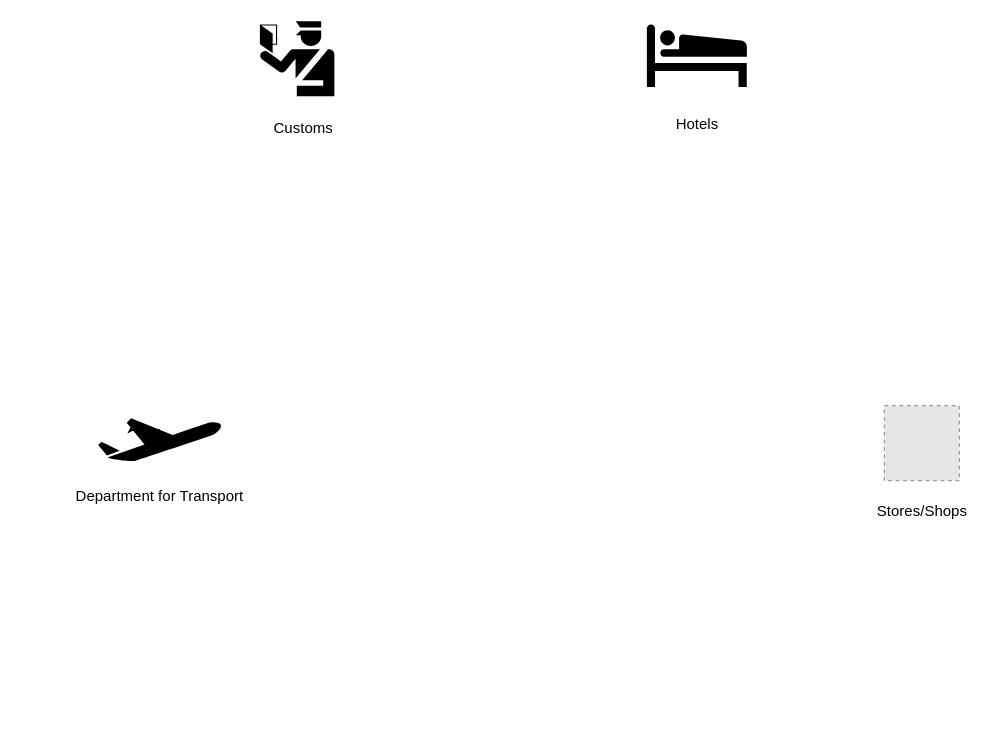
Earlier version of the draw.io diagram 毕设.drawio (sunmiao0301/Public-Pic-Bed). Source tidied: cells renumbered, new cells numbered last; positions are measured from the earlier drawing's top-left corner, leaving out a move shared by most shapes. Both pictures are drawn from the tidied source at 125%, with x=0, y=0 at pixel (59, 20). Pictures stored in the file or linked from it are replaced by grey dashed boxes.
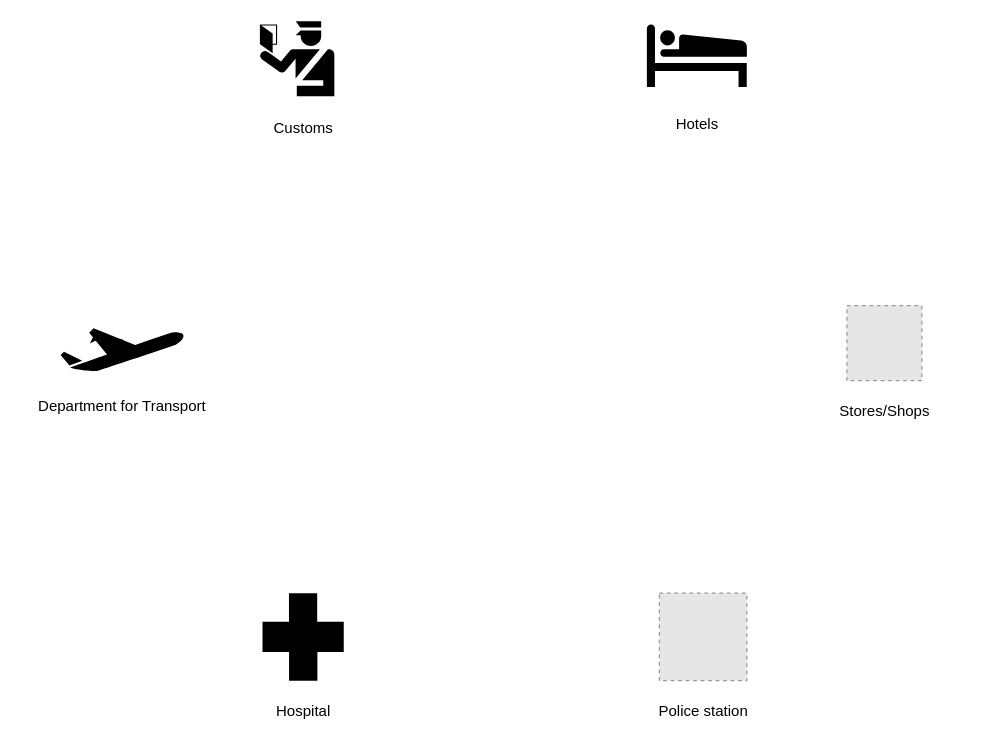
The same page after the edit.

Diff of the diagram source:
```diff
@@
-    <mxCell id="2" style="fillColor=#E6E6E6;strokeColor=#999999;dashed=1;html=1;verticalAlign=top;verticalLabelPosition=bottom;labelBackgroundColor=#ffffff;" parent="1" vertex="1">
-      <mxGeometry x="660" y="308" width="60" height="60" as="geometry" />
-    </mxCell>
@@
     <mxCell id="9" style="group;" parent="1" vertex="1">
-      <mxGeometry y="318" width="160" height="78" as="geometry" />
+      <mxGeometry x="-30" y="246" width="160" height="78" as="geometry" />
     </mxCell>
@@
+    <mxCell id="14" style="group;" parent="1" vertex="1">
+      <mxGeometry x="160" y="458" width="70" height="110" as="geometry" />
+    </mxCell>
+    <mxCell id="15" style="shape=mxgraph.signs.healthcare.first_aid;html=1;fillColor=#000000;strokeColor=none;verticalLabelPosition=bottom;verticalAlign=top;align=center;" parent="14" vertex="1">
+      <mxGeometry x="2.5" width="65" height="70" as="geometry" />
+    </mxCell>
+    <mxCell id="16" value="Hospital" style="text;html=1;align=center;verticalAlign=middle;strokeColor=none;fillColor=none;" parent="14" vertex="1">
+      <mxGeometry y="80" width="70" height="30" as="geometry" />
+    </mxCell>
+    <mxCell id="17" style="group;" parent="1" vertex="1">
+      <mxGeometry x="610" y="228" width="100" height="100" as="geometry" />
+    </mxCell>
+    <mxCell id="2" style="fillColor=#E6E6E6;strokeColor=#999999;dashed=1;html=1;verticalAlign=top;verticalLabelPosition=bottom;labelBackgroundColor=#ffffff;" parent="17" vertex="1">
+      <mxGeometry x="20" width="60" height="60" as="geometry" />
+    </mxCell>
-    <mxCell id="13" value="Stores/Shops" style="text;html=1;align=center;verticalAlign=middle;strokeColor=none;fillColor=none;" parent="1" vertex="1">
-      <mxGeometry x="640" y="378" width="100" height="30" as="geometry" />
+    <mxCell id="13" value="Stores/Shops" style="text;html=1;align=center;verticalAlign=middle;strokeColor=none;fillColor=none;" parent="17" vertex="1">
+      <mxGeometry y="70" width="100" height="30" as="geometry" />
     </mxCell>
+    <mxCell id="18" style="group;" parent="1" vertex="1">
+      <mxGeometry x="470" y="458" width="90" height="110" as="geometry" />
+    </mxCell>
+    <mxCell id="19" style="fillColor=#E6E6E6;strokeColor=#999999;dashed=1;verticalLabelPosition=bottom;labelBackgroundColor=default;verticalAlign=top;" parent="18" vertex="1">
+      <mxGeometry x="10" width="70" height="70" as="geometry" />
+    </mxCell>
+    <mxCell id="20" value="Police station" style="text;html=1;align=center;verticalAlign=middle;strokeColor=none;fillColor=none;" parent="18" vertex="1">
+      <mxGeometry y="80" width="90" height="30" as="geometry" />
+    </mxCell>
```
